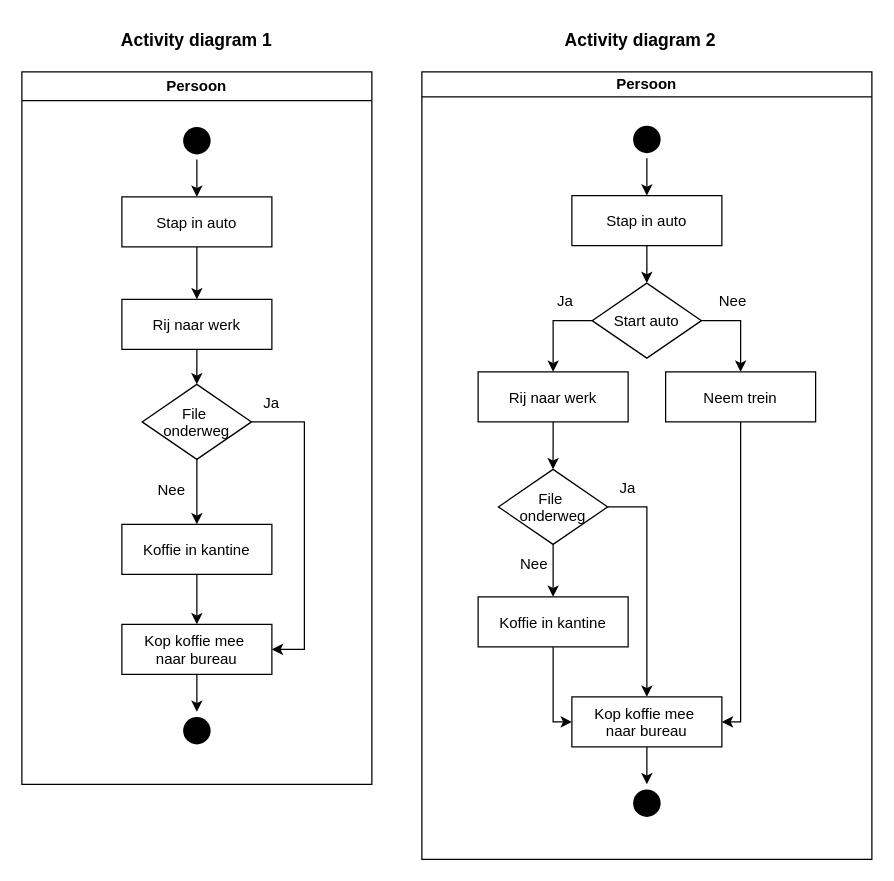
Above: ActivityDiagramCommute.drawio in EMB20/Procesanalyse (draw.io), before the change. Source tidied: cells renumbered, new cells numbered last; positions are measured from the earlier drawing's top-left corner, leaving out a move shared by most shapes. Both pictures are drawn from the tidied source at 125%, with x=0, y=0 at pixel (21, 21).
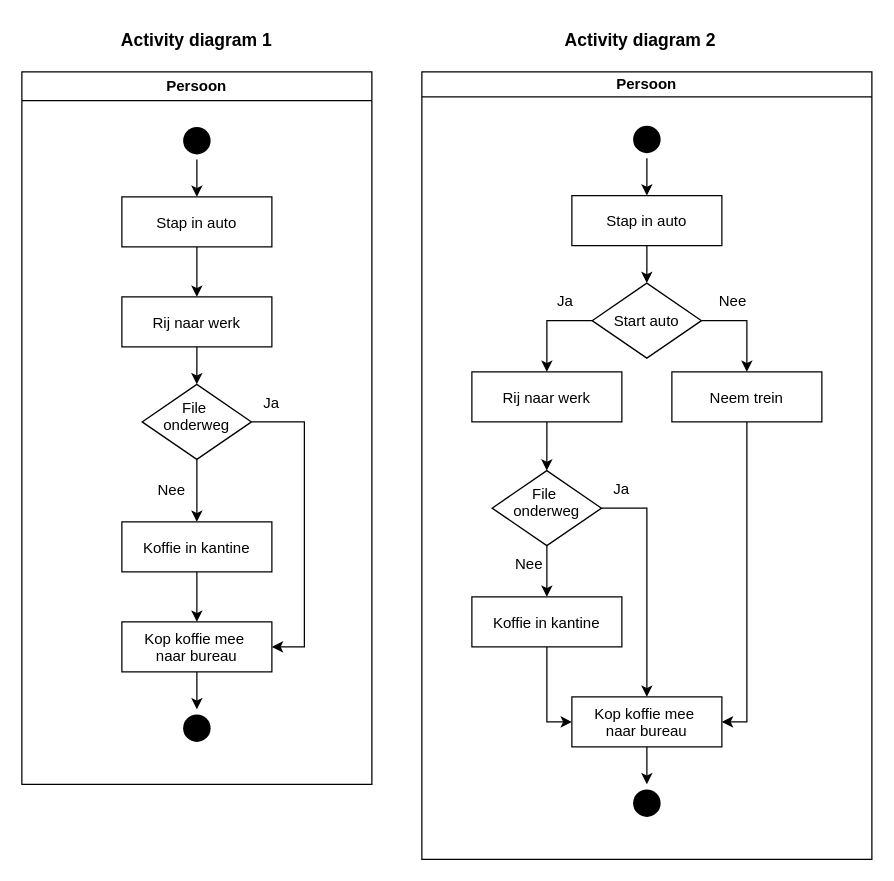
The same page after the edit.

Unchanged cells that the change refers to:
```xml
<mxCell id="2" value="Persoon" style="swimlane;whiteSpace=wrap;startSize=23;swimlaneLine=1;" parent="1" vertex="1">
  <mxGeometry y="40" width="280" height="570" as="geometry" />
</mxCell>
<mxCell id="19" value="Persoon" style="swimlane;whiteSpace=wrap;startSize=20;swimlaneLine=1;shadow=0;strokeColor=default;fillColor=default;" parent="1" vertex="1">
  <mxGeometry x="320" y="40" width="360" height="630" as="geometry" />
</mxCell>
<mxCell id="32" value="Kop koffie mee &#10;naar bureau" style="shadow=0;" parent="19" vertex="1">
  <mxGeometry x="120" y="500" width="120" height="40" as="geometry" />
</mxCell>
```

Diff of the diagram source:
```diff
@@
     <mxCell id="8" value="Rij naar werk" parent="2" vertex="1">
-      <mxGeometry x="80" y="182" width="120" height="40" as="geometry" />
+      <mxGeometry x="80" y="180" width="120" height="40" as="geometry" />
     </mxCell>
@@
-    <mxCell id="10" style="edgeStyle=orthogonalEdgeStyle;rounded=0;jettySize=auto;html=1;entryX=1;entryY=0.5;entryDx=0;entryDy=0;exitX=1;exitY=0.5;exitDx=0;exitDy=0;" parent="2" edge="1" source="11" target="15">
+    <mxCell id="10" style="edgeStyle=orthogonalEdgeStyle;rounded=0;jettySize=auto;html=1;exitX=1;exitY=0.5;exitDx=0;exitDy=0;entryX=1;entryY=0.5;entryDx=0;entryDy=0;" parent="2" edge="1" source="11" target="15">
       <mxGeometry relative="1" as="geometry">
         <Array as="points">
           <mxPoint x="226" y="280" />
-          <mxPoint x="226" y="462" />
+          <mxPoint x="226" y="460" />
         </Array>
       </mxGeometry>
     </mxCell>
-    <mxCell id="11" value="File &#10;onderweg" style="rhombus;fillColor=default;strokeColor=default;" parent="2" vertex="1">
+    <mxCell id="11" value="File &#10;onderweg" style="rhombus;fillColor=default;strokeColor=default;verticalAlign=middle;spacingBottom=10;spacing=2;spacingTop=0;" parent="2" vertex="1">
       <mxGeometry x="96.2" y="250" width="87.5" height="60" as="geometry" />
     </mxCell>
@@
     <mxCell id="13" value="Koffie in kantine" parent="2" vertex="1">
-      <mxGeometry x="80" y="362" width="120" height="40" as="geometry" />
+      <mxGeometry x="80" y="360" width="120" height="40" as="geometry" />
     </mxCell>
@@
     <mxCell id="15" value="Kop koffie mee &#10;naar bureau" parent="2" vertex="1">
-      <mxGeometry x="80" y="442" width="120" height="40" as="geometry" />
+      <mxGeometry x="80" y="440" width="120" height="40" as="geometry" />
     </mxCell>
     <mxCell id="16" style="ellipse;shape=startState;fillColor=#000000;strokeColor=none;" parent="2" vertex="1">
-      <mxGeometry x="125" y="512" width="30" height="30" as="geometry" />
+      <mxGeometry x="125" y="510" width="30" height="30" as="geometry" />
     </mxCell>
@@
     <mxCell id="25" value="Rij naar werk" style="shadow=0;" parent="19" vertex="1">
-      <mxGeometry x="45" y="240" width="120" height="40" as="geometry" />
+      <mxGeometry x="40" y="240" width="120" height="40" as="geometry" />
     </mxCell>
@@
-    <mxCell id="28" value="File &#10;onderweg" style="rhombus;fillColor=default;strokeColor=default;shadow=0;" parent="19" vertex="1">
-      <mxGeometry x="61.2" y="318" width="87.5" height="60" as="geometry" />
+    <mxCell id="28" value="File &#10;onderweg" style="rhombus;fillColor=default;strokeColor=default;shadow=0;spacingBottom=10;" parent="19" vertex="1">
+      <mxGeometry x="56.2" y="319" width="87.5" height="60" as="geometry" />
     </mxCell>
-    <mxCell id="29" style="edgeStyle=orthogonalEdgeStyle;rounded=0;jettySize=auto;html=1;exitX=0.5;exitY=1;exitDx=0;exitDy=0;entryX=0;entryY=0.5;entryDx=0;entryDy=0;" parent="19" edge="1" source="30" target="32">
+    <mxCell id="29" style="edgeStyle=orthogonalEdgeStyle;rounded=0;jettySize=auto;html=1;entryX=0;entryY=0.5;entryDx=0;entryDy=0;exitX=0.5;exitY=1;exitDx=0;exitDy=0;" parent="19" edge="1" source="30" target="32">
       <mxGeometry relative="1" as="geometry">
         <Array as="points">
-          <mxPoint x="105" y="520" />
+          <mxPoint x="100" y="520" />
         </Array>
       </mxGeometry>
     </mxCell>
     <mxCell id="30" value="Koffie in kantine" style="shadow=0;" parent="19" vertex="1">
-      <mxGeometry x="45" y="420" width="120" height="40" as="geometry" />
+      <mxGeometry x="40" y="420" width="120" height="40" as="geometry" />
     </mxCell>
@@
     <mxCell id="34" value="Ja" style="text;html=1;align=center;verticalAlign=middle;whiteSpace=wrap;rounded=0;shadow=0;" parent="19" vertex="1">
-      <mxGeometry x="135" y="318" width="60" height="30" as="geometry" />
+      <mxGeometry x="130" y="319" width="60" height="30" as="geometry" />
     </mxCell>
     <mxCell id="35" value="Nee" style="text;html=1;align=center;verticalAlign=middle;whiteSpace=wrap;rounded=0;shadow=0;" parent="19" vertex="1">
-      <mxGeometry x="60" y="379" width="60" height="30" as="geometry" />
+      <mxGeometry x="56.2" y="379" width="60" height="30" as="geometry" />
     </mxCell>
@@
-    <mxCell id="39" style="edgeStyle=orthogonalEdgeStyle;rounded=0;jettySize=auto;html=1;exitX=0.5;exitY=1;exitDx=0;exitDy=0;entryX=1;entryY=0.5;entryDx=0;entryDy=0;" parent="19" edge="1" source="40" target="32">
-      <mxGeometry relative="1" as="geometry">
-        <Array as="points">
-          <mxPoint x="255" y="520" />
-        </Array>
-      </mxGeometry>
+    <mxCell id="39" style="edgeStyle=orthogonalEdgeStyle;rounded=0;jettySize=auto;html=1;exitX=0.5;exitY=1;exitDx=0;exitDy=0;entryX=1;entryY=0.5;entryDx=0;entryDy=0;fontFamily=Helvetica;fontSize=12;fontColor=default;" parent="19" edge="1" source="40" target="32">
+      <mxGeometry relative="1" as="geometry" />
     </mxCell>
     <mxCell id="40" value="Neem trein" style="shadow=0;" parent="19" vertex="1">
-      <mxGeometry x="195" y="240" width="120" height="40" as="geometry" />
+      <mxGeometry x="200" y="240" width="120" height="40" as="geometry" />
     </mxCell>
```
